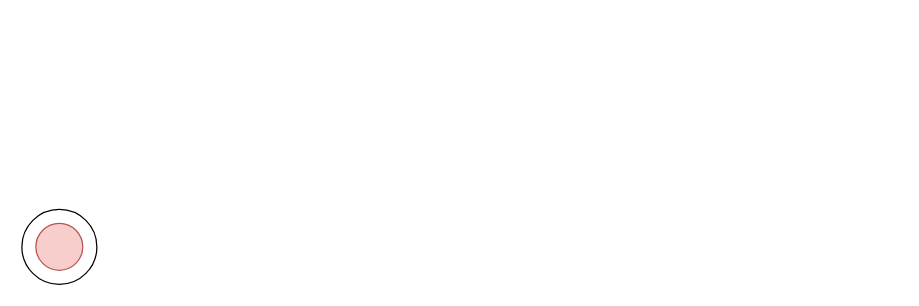
learn2Pro/draw_io_save keeps this draw.io diagram as audit_flow.drawio. Above is the earlier version. Source tidied: cells renumbered, new cells numbered last; positions are measured from the earlier drawing's top-left corner, leaving out a move shared by most shapes. Both pictures are drawn from the tidied source at 125%, with x=0, y=0 at pixel (21, 209).
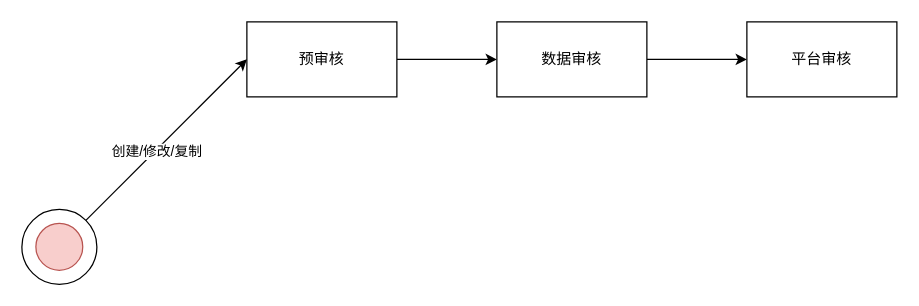
After the change.

Diff of the diagram source:
```diff
@@
 <mxGraphModel>
   <root>
     <mxCell id="0" />
     <mxCell id="1" parent="0" />
     <mxCell id="2" style="group;" parent="1" vertex="1">
       <mxGeometry width="60" height="60" as="geometry" />
     </mxCell>
     <mxCell id="3" style="ellipse;whiteSpace=wrap;html=1;" parent="2" vertex="1">
       <mxGeometry width="60" height="60" as="geometry" />
     </mxCell>
     <mxCell id="4" style="ellipse;whiteSpace=wrap;html=1;fillColor=#f8cecc;strokeColor=#b85450;" parent="2" vertex="1">
       <mxGeometry x="11.2" y="11.2" width="37.5" height="37.5" as="geometry" />
     </mxCell>
+    <mxCell id="5" style="edgeStyle=orthogonalEdgeStyle;rounded=0;jettySize=auto;html=1;" parent="1" edge="1" source="6" target="10">
+      <mxGeometry relative="1" as="geometry" />
+    </mxCell>
+    <mxCell id="6" value="预审核" style="rounded=0;whiteSpace=wrap;html=1;" parent="1" vertex="1">
+      <mxGeometry x="180" y="-150" width="120" height="60" as="geometry" />
+    </mxCell>
+    <mxCell id="7" style="endArrow=classic;html=1;rounded=0;entryX=0;entryY=0.5;entryDx=0;entryDy=0;exitX=1;exitY=0;exitDx=0;exitDy=0;" parent="1" edge="1" source="3" target="6">
+      <mxGeometry relative="1" as="geometry" />
+    </mxCell>
+    <mxCell id="8" value="创建/修改/复制" style="edgeLabel;html=1;align=center;verticalAlign=middle;" parent="7" vertex="1">
+      <mxGeometry x="-0.13" y="-1" relative="1" as="geometry" />
+    </mxCell>
+    <mxCell id="9" style="edgeStyle=orthogonalEdgeStyle;rounded=0;jettySize=auto;html=1;" parent="1" edge="1" source="10" target="11">
+      <mxGeometry relative="1" as="geometry" />
+    </mxCell>
+    <mxCell id="10" value="数据审核" style="rounded=0;whiteSpace=wrap;html=1;" parent="1" vertex="1">
+      <mxGeometry x="380" y="-150" width="120" height="60" as="geometry" />
+    </mxCell>
+    <mxCell id="11" value="平台审核" style="rounded=0;whiteSpace=wrap;html=1;" parent="1" vertex="1">
+      <mxGeometry x="580" y="-150" width="120" height="60" as="geometry" />
+    </mxCell>
   </root>
 </mxGraphModel>
```
